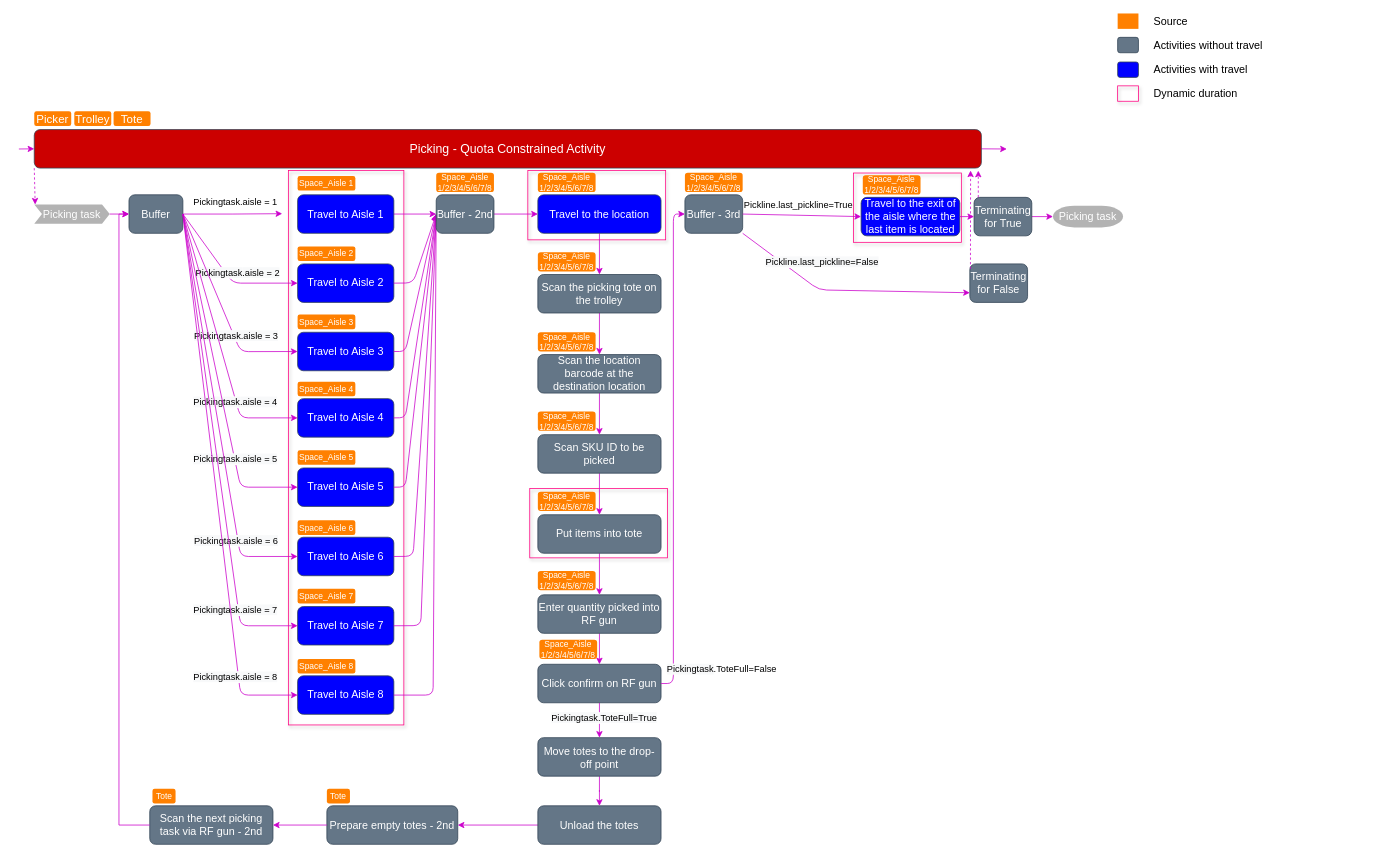
Earlier version of the draw.io diagram page "第 1 页" (1 of 2) of picking.drawio (xfl11/xfliu). Source tidied: cells renumbered, new cells numbered last; positions are measured from the earlier drawing's top-left corner, leaving out a move shared by most shapes. Both pictures are drawn from the tidied source at 77%, with x=0, y=0 at pixel (18, 13).
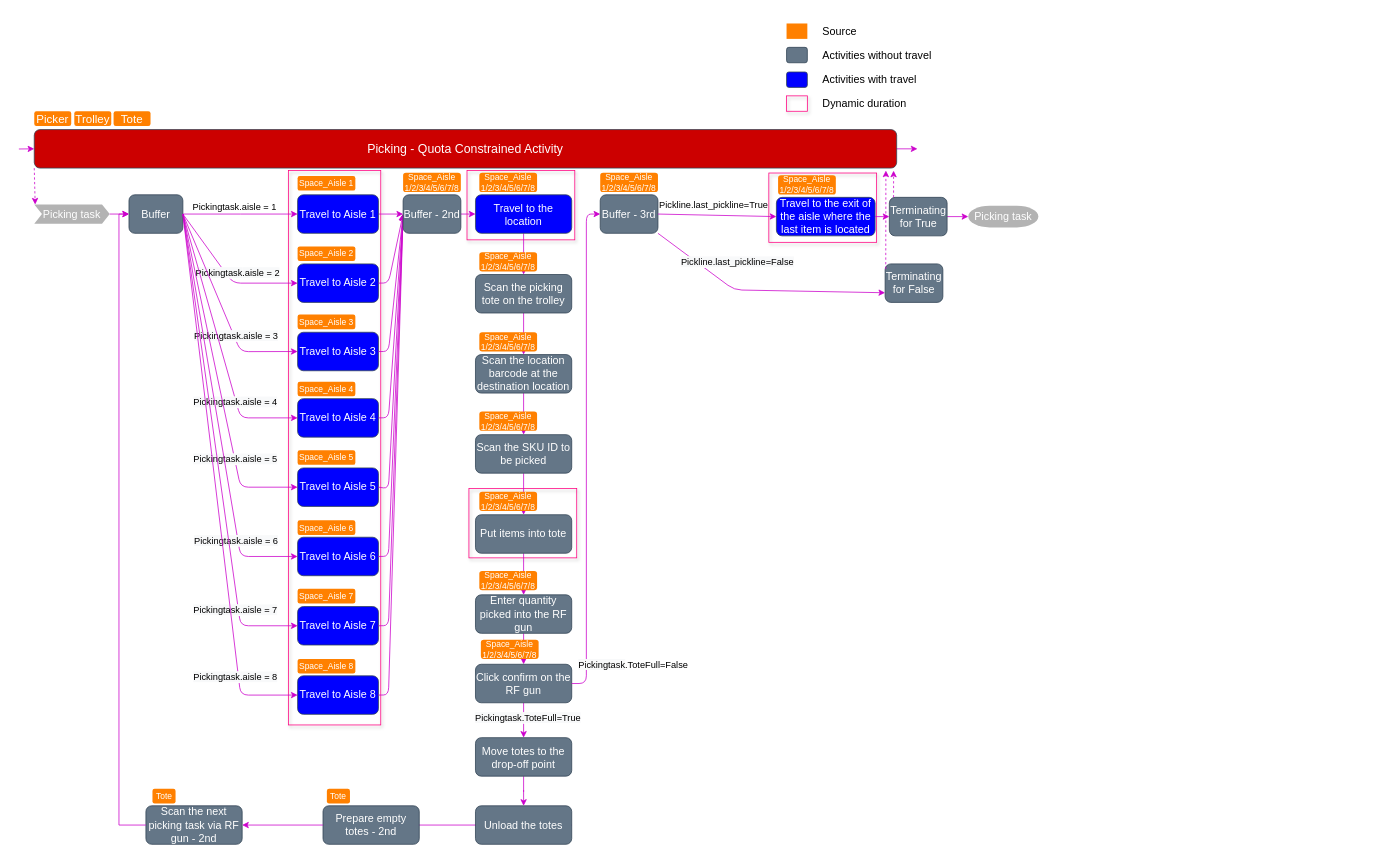
The same page after the edit.

Unchanged cells that the change refers to:
```xml
<mxCell id="23" value="Buffer" style="whiteSpace=wrap;html=1;rounded=1;shadow=0;dashed=0;fontColor=#ffffff;strokeColor=#314354;fillColor=#647687;fontSize=14;" parent="1" vertex="1">
  <mxGeometry x="143" y="235.5" width="70" height="50" as="geometry" />
</mxCell>
```

What changed in the source:
```diff
@@
+    <mxCell id="4" style="rounded=0;whiteSpace=wrap;html=1;fillColor=none;strokeColor=#FF0080;shadow=1;" parent="1" vertex="1">
+      <mxGeometry x="350" y="204" width="120" height="720" as="geometry" />
+    </mxCell>
     <mxCell id="2" style="rounded=0;whiteSpace=wrap;html=1;fillColor=none;strokeColor=#FF0080;shadow=1;" parent="1" vertex="1">
-      <mxGeometry x="1084" y="207.2" width="140" height="90" as="geometry" />
+      <mxGeometry x="974" y="207.2" width="140" height="90" as="geometry" />
     </mxCell>
     <mxCell id="3" style="rounded=0;whiteSpace=wrap;html=1;fillColor=none;strokeColor=#FF0080;shadow=1;" parent="1" vertex="1">
-      <mxGeometry x="661" y="204" width="179" height="90" as="geometry" />
+      <mxGeometry x="582" y="204" width="140" height="90" as="geometry" />
     </mxCell>
-    <mxCell id="4" style="rounded=0;whiteSpace=wrap;html=1;fillColor=none;strokeColor=#FF0080;shadow=1;" parent="1" vertex="1">
-      <mxGeometry x="350" y="204" width="150" height="720" as="geometry" />
-    </mxCell>
     <mxCell id="5" style="rounded=0;whiteSpace=wrap;html=1;fillColor=none;strokeColor=#FF0080;shadow=1;" parent="1" vertex="1">
-      <mxGeometry x="663.5" y="617" width="179" height="90" as="geometry" />
+      <mxGeometry x="584.5" y="617" width="140" height="90" as="geometry" />
     </mxCell>
@@
     <mxCell id="7" value="Put items into tote" style="whiteSpace=wrap;html=1;rounded=1;shadow=0;dashed=0;fontColor=#ffffff;strokeColor=#314354;fillColor=#647687;fontSize=14;" parent="1" vertex="1">
-      <mxGeometry x="674" y="651" width="160" height="50" as="geometry" />
+      <mxGeometry x="593" y="651" width="125" height="50" as="geometry" />
     </mxCell>
@@
-    <mxCell id="9" style="edgeStyle=none;rounded=1;jettySize=auto;html=1;exitX=1;exitY=0.5;exitDx=0;exitDy=0;strokeColor=#CC00CC;jumpSize=6;startSize=6;" parent="1" edge="1" source="10">
-      <mxGeometry relative="1" as="geometry">
-        <mxPoint x="1283" y="176" as="targetPoint" />
-      </mxGeometry>
-    </mxCell>
+    <mxCell id="119" style="edgeStyle=orthogonalEdgeStyle;rounded=0;orthogonalLoop=1;jettySize=auto;html=1;exitX=1;exitY=0.5;exitDx=0;exitDy=0;strokeColor=#CC00CC;" parent="1" edge="1">
+      <mxGeometry relative="1" as="geometry">
+        <mxPoint x="1137" y="175.8" as="sourcePoint" />
+        <mxPoint x="1167" y="176.3" as="targetPoint" />
+      </mxGeometry>
+    </mxCell>
     <mxCell id="10" value="Picking - Quota Constrained Activity" style="whiteSpace=wrap;html=1;rounded=1;fontColor=#ffffff;strokeColor=#314354;fillColor=#CC0000;fontSize=16;" parent="1" vertex="1">
-      <mxGeometry x="20" y="150.8" width="1230" height="50" as="geometry" />
+      <mxGeometry x="20" y="150.8" width="1120" height="50" as="geometry" />
     </mxCell>
@@
     <mxCell id="12" value="Travel to Aisle 1" style="whiteSpace=wrap;html=1;rounded=1;shadow=0;dashed=0;fillColor=#0000FF;strokeColor=#314354;fontColor=#ffffff;fontSize=14;" parent="1" vertex="1">
-      <mxGeometry x="362" y="235.5" width="125" height="50" as="geometry" />
+      <mxGeometry x="362" y="235.5" width="105" height="50" as="geometry" />
     </mxCell>
@@
     <mxCell id="14" value="Move totes to the drop-off point" style="whiteSpace=wrap;html=1;rounded=1;shadow=0;dashed=0;fontColor=#ffffff;strokeColor=#314354;fillColor=#647687;fontSize=14;" parent="1" vertex="1">
-      <mxGeometry x="674" y="940.5" width="160" height="50" as="geometry" />
+      <mxGeometry x="593" y="940.5" width="125" height="50" as="geometry" />
     </mxCell>
@@
     <mxCell id="20" value="Terminating for True" style="whiteSpace=wrap;html=1;rounded=1;shadow=0;dashed=0;fontColor=#ffffff;strokeColor=#314354;fillColor=#647687;fontSize=14;" parent="1" vertex="1">
-      <mxGeometry x="1240.5" y="238.8" width="75" height="50" as="geometry" />
+      <mxGeometry x="1130.5" y="238.8" width="75" height="50" as="geometry" />
     </mxCell>
     <mxCell id="21" style="edgeStyle=elbowEdgeStyle;rounded=0;orthogonalLoop=1;jettySize=auto;html=1;strokeColor=#CC00CC;fontColor=#ffffff;dashed=1;" parent="1" edge="1">
       <mxGeometry relative="1" as="geometry">
-        <mxPoint x="1246" y="238.8" as="sourcePoint" />
-        <mxPoint x="1246" y="204.2" as="targetPoint" />
+        <mxPoint x="1136" y="238.8" as="sourcePoint" />
+        <mxPoint x="1136" y="204.2" as="targetPoint" />
       </mxGeometry>
     </mxCell>
     <mxCell id="22" value="Picking task" style="strokeWidth=2;html=1;shape=mxgraph.flowchart.terminator;whiteSpace=wrap;fillColor=#B3B3B3;fontColor=#FFFFFF;strokeColor=none;fontSize=14;" parent="1" vertex="1">
-      <mxGeometry x="1343" y="249.8" width="91" height="28" as="geometry" />
+      <mxGeometry x="1233" y="249.8" width="91" height="28" as="geometry" />
     </mxCell>
@@
     <mxCell id="25" value="Travel to Aisle 2" style="whiteSpace=wrap;html=1;rounded=1;shadow=0;dashed=0;fillColor=#0000FF;strokeColor=#314354;fontColor=#ffffff;fontSize=14;" parent="1" vertex="1">
-      <mxGeometry x="362" y="325.2" width="125" height="50" as="geometry" />
+      <mxGeometry x="362" y="325.2" width="105" height="50" as="geometry" />
     </mxCell>
-    <mxCell id="26" style="edgeStyle=elbowEdgeStyle;rounded=0;jettySize=auto;html=1;strokeColor=#CC00CC;fontColor=#ffffff;exitX=1;exitY=0.5;exitDx=0;exitDy=0;" parent="1" edge="1" source="23">
-      <mxGeometry relative="1" as="geometry">
-        <mxPoint x="342" y="260" as="targetPoint" />
-      </mxGeometry>
+    <mxCell id="26" style="edgeStyle=elbowEdgeStyle;rounded=0;jettySize=auto;html=1;strokeColor=#CC00CC;fontColor=#ffffff;exitX=1;exitY=0.5;exitDx=0;exitDy=0;entryX=0;entryY=0.5;entryDx=0;entryDy=0;" parent="1" edge="1" source="23" target="12">
+      <mxGeometry relative="1" as="geometry" />
     </mxCell>
@@
     <mxCell id="30" value="Travel to Aisle 3" style="whiteSpace=wrap;html=1;rounded=1;shadow=0;dashed=0;fillColor=#0000FF;strokeColor=#314354;fontColor=#ffffff;fontSize=14;" parent="1" vertex="1">
-      <mxGeometry x="362" y="414" width="125" height="50" as="geometry" />
+      <mxGeometry x="362" y="414" width="105" height="50" as="geometry" />
     </mxCell>
@@
     <mxCell id="32" value="Travel to Aisle 4" style="whiteSpace=wrap;html=1;rounded=1;shadow=0;dashed=0;fillColor=#0000FF;strokeColor=#314354;fontColor=#ffffff;fontSize=14;" parent="1" vertex="1">
-      <mxGeometry x="362" y="500.2" width="125" height="50" as="geometry" />
+      <mxGeometry x="362" y="500.2" width="105" height="50" as="geometry" />
     </mxCell>
@@
     <mxCell id="34" value="Travel to Aisle 5" style="whiteSpace=wrap;html=1;rounded=1;shadow=0;dashed=0;fillColor=#0000FF;strokeColor=#314354;fontColor=#ffffff;fontSize=14;" parent="1" vertex="1">
-      <mxGeometry x="362" y="590.2" width="125" height="50" as="geometry" />
+      <mxGeometry x="362" y="590.2" width="105" height="50" as="geometry" />
     </mxCell>
@@
     <mxCell id="36" value="Travel to Aisle 6" style="whiteSpace=wrap;html=1;rounded=1;shadow=0;dashed=0;fillColor=#0000FF;strokeColor=#314354;fontColor=#ffffff;fontSize=14;" parent="1" vertex="1">
-      <mxGeometry x="362" y="680.2" width="125" height="50" as="geometry" />
+      <mxGeometry x="362" y="680.2" width="105" height="50" as="geometry" />
     </mxCell>
@@
     <mxCell id="38" value="Travel to Aisle 7" style="whiteSpace=wrap;html=1;rounded=1;shadow=0;dashed=0;fillColor=#0000FF;strokeColor=#314354;fontColor=#ffffff;fontSize=14;" parent="1" vertex="1">
-      <mxGeometry x="362" y="770.2" width="125" height="50" as="geometry" />
+      <mxGeometry x="362" y="770.2" width="105" height="50" as="geometry" />
     </mxCell>
@@
     <mxCell id="40" value="Travel to Aisle 8" style="whiteSpace=wrap;html=1;rounded=1;shadow=0;dashed=0;fillColor=#0000FF;strokeColor=#314354;fontColor=#ffffff;fontSize=14;" parent="1" vertex="1">
-      <mxGeometry x="362" y="860.2" width="125" height="50" as="geometry" />
+      <mxGeometry x="362" y="860.2" width="105" height="50" as="geometry" />
     </mxCell>
@@
     <mxCell id="56" value="Pickingtask.aisle = 1" style="text;whiteSpace=wrap;html=1;" parent="1" vertex="1">
-      <mxGeometry x="225" y="230.5" width="138.5" height="28" as="geometry" />
+      <mxGeometry x="223.5" y="238.2" width="138.5" height="28" as="geometry" />
     </mxCell>
     <mxCell id="57" style="endArrow=classic;html=1;strokeColor=#CC00CC;exitX=1;exitY=0.5;exitDx=0;exitDy=0;entryX=0;entryY=0.5;entryDx=0;entryDy=0;" parent="1" edge="1" source="25" target="65">
       <mxGeometry relative="1" as="geometry">
         <Array as="points">
-          <mxPoint x="512" y="350" />
+          <mxPoint x="480" y="350" />
         </Array>
       </mxGeometry>
     </mxCell>
     <mxCell id="58" style="endArrow=classic;html=1;strokeColor=#CC00CC;exitX=1;exitY=0.5;exitDx=0;exitDy=0;entryX=0;entryY=0.5;entryDx=0;entryDy=0;" parent="1" edge="1" source="30" target="65">
       <mxGeometry relative="1" as="geometry">
         <Array as="points">
-          <mxPoint x="502" y="439" />
+          <mxPoint x="480" y="439" />
         </Array>
       </mxGeometry>
     </mxCell>
     <mxCell id="59" style="endArrow=classic;html=1;strokeColor=#CC00CC;exitX=1;exitY=0.5;exitDx=0;exitDy=0;entryX=0;entryY=0.5;entryDx=0;entryDy=0;entryPerimeter=0;" parent="1" edge="1" source="32" target="65">
       <mxGeometry relative="1" as="geometry">
         <Array as="points">
-          <mxPoint x="502" y="525" />
+          <mxPoint x="480" y="525" />
         </Array>
       </mxGeometry>
     </mxCell>
     <mxCell id="60" style="endArrow=classic;html=1;strokeColor=#CC00CC;exitX=1;exitY=0.5;exitDx=0;exitDy=0;entryX=0;entryY=0.5;entryDx=0;entryDy=0;" parent="1" edge="1" source="34" target="65">
       <mxGeometry relative="1" as="geometry">
         <Array as="points">
-          <mxPoint x="502" y="615" />
+          <mxPoint x="480" y="617" />
         </Array>
       </mxGeometry>
     </mxCell>
     <mxCell id="61" style="endArrow=classic;html=1;strokeColor=#CC00CC;exitX=1;exitY=0.5;exitDx=0;exitDy=0;entryX=0;entryY=0.5;entryDx=0;entryDy=0;" parent="1" edge="1" source="36" target="65">
       <mxGeometry relative="1" as="geometry">
         <Array as="points">
-          <mxPoint x="512" y="705" />
+          <mxPoint x="480" y="705" />
         </Array>
       </mxGeometry>
     </mxCell>
     <mxCell id="62" style="endArrow=classic;html=1;strokeColor=#CC00CC;exitX=1;exitY=0.5;exitDx=0;exitDy=0;entryX=0;entryY=0.5;entryDx=0;entryDy=0;" parent="1" edge="1" source="38" target="65">
       <mxGeometry relative="1" as="geometry">
         <Array as="points">
-          <mxPoint x="522" y="795" />
+          <mxPoint x="480" y="795" />
         </Array>
       </mxGeometry>
     </mxCell>
     <mxCell id="63" style="endArrow=classic;html=1;strokeColor=#CC00CC;exitX=1;exitY=0.5;exitDx=0;exitDy=0;entryX=0;entryY=0.5;entryDx=0;entryDy=0;" parent="1" edge="1" source="40" target="65">
       <mxGeometry relative="1" as="geometry">
         <Array as="points">
-          <mxPoint x="538" y="885.2" />
+          <mxPoint x="480" y="885" />
         </Array>
       </mxGeometry>
     </mxCell>
@@
     <mxCell id="65" value="Buffer - 2nd" style="whiteSpace=wrap;html=1;rounded=1;shadow=0;dashed=0;fontColor=#ffffff;strokeColor=#314354;fillColor=#647687;fontSize=14;" parent="1" vertex="1">
-      <mxGeometry x="542" y="235.5" width="75" height="50" as="geometry" />
+      <mxGeometry x="499" y="235.5" width="75" height="50" as="geometry" />
     </mxCell>
@@
     <mxCell id="67" value="Scan the location barcode at the destination location" style="whiteSpace=wrap;html=1;rounded=1;shadow=0;dashed=0;fontColor=#ffffff;strokeColor=#314354;fillColor=#647687;fontSize=14;" parent="1" vertex="1">
-      <mxGeometry x="674" y="443" width="160" height="50" as="geometry" />
+      <mxGeometry x="593" y="443" width="125" height="50" as="geometry" />
     </mxCell>
@@
-    <mxCell id="69" value="Enter quantity picked into RF gun" style="whiteSpace=wrap;html=1;rounded=1;shadow=0;dashed=0;fontColor=#ffffff;strokeColor=#314354;fillColor=#647687;fontSize=14;" parent="1" vertex="1">
-      <mxGeometry x="674" y="755" width="160" height="50" as="geometry" />
+    <mxCell id="69" value="Enter quantity picked into the RF gun" style="whiteSpace=wrap;html=1;rounded=1;shadow=0;dashed=0;fontColor=#ffffff;strokeColor=#314354;fillColor=#647687;fontSize=14;" parent="1" vertex="1">
+      <mxGeometry x="593" y="755" width="125" height="50" as="geometry" />
     </mxCell>
@@
-    <mxCell id="72" value="Click confirm on RF gun" style="whiteSpace=wrap;html=1;rounded=1;shadow=0;dashed=0;fontColor=#ffffff;strokeColor=#314354;fillColor=#647687;fontSize=14;" parent="1" vertex="1">
-      <mxGeometry x="674" y="845.2" width="160" height="50" as="geometry" />
+    <mxCell id="72" value="Click confirm on the RF gun" style="whiteSpace=wrap;html=1;rounded=1;shadow=0;dashed=0;fontColor=#ffffff;strokeColor=#314354;fillColor=#647687;fontSize=14;" parent="1" vertex="1">
+      <mxGeometry x="593" y="845.2" width="125" height="50" as="geometry" />
     </mxCell>
@@
-    <mxCell id="74" value="Scan SKU ID to be picked" style="whiteSpace=wrap;html=1;rounded=1;shadow=0;dashed=0;fontColor=#ffffff;strokeColor=#314354;fillColor=#647687;fontSize=14;" parent="1" vertex="1">
-      <mxGeometry x="674" y="547" width="160" height="50" as="geometry" />
+    <mxCell id="74" value="Scan the SKU ID to be picked" style="whiteSpace=wrap;html=1;rounded=1;shadow=0;dashed=0;fontColor=#ffffff;strokeColor=#314354;fillColor=#647687;fontSize=14;" parent="1" vertex="1">
+      <mxGeometry x="593" y="547" width="125" height="50" as="geometry" />
     </mxCell>
@@
     <mxCell id="76" value="Travel to the exit of the aisle where the last item is located" style="whiteSpace=wrap;html=1;rounded=1;shadow=0;dashed=0;fontColor=#ffffff;strokeColor=#314354;fillColor=#0000FF;fontSize=14;" parent="1" vertex="1">
-      <mxGeometry x="1093.8" y="238.8" width="128.2" height="50" as="geometry" />
+      <mxGeometry x="983.8" y="238.8" width="128.2" height="50" as="geometry" />
     </mxCell>
@@
     <mxCell id="78" value="Scan the next picking task via RF gun - 2nd" style="rounded=1;whiteSpace=wrap;html=1;fillColor=#647687;fontColor=#ffffff;strokeColor=#314354;fontSize=14;" parent="1" vertex="1">
-      <mxGeometry x="170" y="1029" width="160" height="50" as="geometry" />
+      <mxGeometry x="165" y="1029" width="125" height="50" as="geometry" />
     </mxCell>
-    <mxCell id="79" style="endArrow=classic;html=1;exitX=1;exitY=0.5;exitDx=0;exitDy=0;entryX=1;entryY=0.5;entryDx=0;entryDy=0;strokeColor=#CC00CC;" parent="1" edge="1" source="94" target="80">
-      <mxGeometry relative="1" as="geometry" />
+    <mxCell id="79" style="endArrow=classic;html=1;exitX=1;exitY=0.5;exitDx=0;exitDy=0;entryX=1;entryY=0.5;entryDx=0;entryDy=0;strokeColor=#CC00CC;" parent="1" edge="1" source="94">
+      <mxGeometry relative="1" as="geometry">
+        <mxPoint x="496" y="1054" as="targetPoint" />
+      </mxGeometry>
     </mxCell>
     <mxCell id="80" value="Prepare empty totes - 2nd" style="rounded=1;whiteSpace=wrap;html=1;fillColor=#647687;fontColor=#ffffff;strokeColor=#314354;fontSize=14;" parent="1" vertex="1">
-      <mxGeometry x="400" y="1029" width="170" height="50" as="geometry" />
+      <mxGeometry x="395" y="1029" width="125" height="50" as="geometry" />
     </mxCell>
@@
     <mxCell id="85" value="Buffer - 3rd" style="whiteSpace=wrap;html=1;rounded=1;shadow=0;dashed=0;fontColor=#ffffff;strokeColor=#314354;fillColor=#647687;fontSize=14;" parent="1" vertex="1">
-      <mxGeometry x="865" y="235.5" width="75" height="50" as="geometry" />
+      <mxGeometry x="755" y="235.5" width="75" height="50" as="geometry" />
     </mxCell>
@@
     <mxCell id="87" value="Pickline.last_pickline=True" style="text;whiteSpace=wrap;html=1;" parent="1" vertex="1">
-      <mxGeometry x="940" y="235.2" width="160" height="28" as="geometry" />
+      <mxGeometry x="830" y="235.2" width="160" height="28" as="geometry" />
     </mxCell>
     <mxCell id="88" style="endArrow=classic;html=1;strokeColor=#CC00CC;exitX=1;exitY=1;exitDx=0;exitDy=0;entryX=0;entryY=0.75;entryDx=0;entryDy=0;" parent="1" edge="1" source="85" target="90">
       <mxGeometry relative="1" as="geometry">
         <Array as="points">
-          <mxPoint x="1039" y="359" />
+          <mxPoint x="929" y="359" />
         </Array>
       </mxGeometry>
     </mxCell>
@@
     <mxCell id="90" value="Terminating for False" style="whiteSpace=wrap;html=1;rounded=1;shadow=0;dashed=0;fontColor=#ffffff;strokeColor=#314354;fillColor=#647687;fontSize=14;" parent="1" vertex="1">
-      <mxGeometry x="1235" y="325.2" width="75" height="50" as="geometry" />
+      <mxGeometry x="1125" y="325.2" width="75" height="50" as="geometry" />
     </mxCell>
     <mxCell id="91" style="edgeStyle=elbowEdgeStyle;rounded=0;jettySize=auto;html=1;strokeColor=#CC00CC;fontColor=#ffffff;dashed=1;exitX=0.011;exitY=0.132;exitDx=0;exitDy=0;exitPerimeter=0;" parent="1" edge="1" source="90">
       <mxGeometry relative="1" as="geometry">
-        <mxPoint x="1236" y="204" as="targetPoint" />
+        <mxPoint x="1126" y="204" as="targetPoint" />
       </mxGeometry>
     </mxCell>
@@
     <mxCell id="93" value="Scan the picking tote on the trolley" style="whiteSpace=wrap;html=1;rounded=1;shadow=0;dashed=0;fontColor=#ffffff;strokeColor=#314354;fillColor=#647687;fontSize=14;" parent="1" vertex="1">
-      <mxGeometry x="674" y="339" width="160" height="50" as="geometry" />
+      <mxGeometry x="593" y="339" width="125" height="50" as="geometry" />
     </mxCell>
     <mxCell id="94" value="Unload the totes" style="rounded=1;whiteSpace=wrap;html=1;fontColor=#ffffff;strokeColor=#314354;fillColor=#647687;fontSize=14;" parent="1" vertex="1">
-      <mxGeometry x="674" y="1029" width="160" height="50" as="geometry" />
+      <mxGeometry x="593" y="1029" width="125" height="50" as="geometry" />
     </mxCell>
@@
     <mxCell id="96" value="Travel to the location" style="whiteSpace=wrap;html=1;rounded=1;shadow=0;dashed=0;fillColor=#0000FF;strokeColor=#314354;fontColor=#ffffff;fontSize=14;" parent="1" vertex="1">
-      <mxGeometry x="674" y="235.5" width="160" height="50" as="geometry" />
+      <mxGeometry x="593" y="235.5" width="125" height="50" as="geometry" />
     </mxCell>
     <mxCell id="97" value="Space_Aisle 1/2/3/4/5/6/7/8" style="rounded=1;whiteSpace=wrap;html=1;labelBackgroundColor=none;fontSize=11;fillColor=#FF8000;fontColor=#FFFFFF;strokeColor=none;verticalAlign=middle;spacing=0;" parent="1" vertex="1">
-      <mxGeometry x="542" y="207" width="75" height="25" as="geometry" />
+      <mxGeometry x="499" y="207" width="75" height="25" as="geometry" />
     </mxCell>
     <mxCell id="98" value="Space_Aisle 1/2/3/4/5/6/7/8" style="rounded=1;whiteSpace=wrap;html=1;labelBackgroundColor=none;fontSize=11;fillColor=#FF8000;fontColor=#FFFFFF;strokeColor=none;verticalAlign=middle;spacing=0;" parent="1" vertex="1">
-      <mxGeometry x="674" y="207" width="75" height="25" as="geometry" />
+      <mxGeometry x="598" y="207" width="75" height="25" as="geometry" />
     </mxCell>
     <mxCell id="99" value="Space_Aisle 1/2/3/4/5/6/7/8" style="rounded=1;whiteSpace=wrap;html=1;labelBackgroundColor=none;fontSize=11;fillColor=#FF8000;fontColor=#FFFFFF;strokeColor=none;verticalAlign=middle;spacing=0;" parent="1" vertex="1">
-      <mxGeometry x="674" y="310" width="75" height="25" as="geometry" />
+      <mxGeometry x="598" y="310" width="75" height="25" as="geometry" />
     </mxCell>
     <mxCell id="100" value="Space_Aisle 1/2/3/4/5/6/7/8" style="rounded=1;whiteSpace=wrap;html=1;labelBackgroundColor=none;fontSize=11;fillColor=#FF8000;fontColor=#FFFFFF;strokeColor=none;verticalAlign=middle;spacing=0;" parent="1" vertex="1">
-      <mxGeometry x="674" y="414" width="75" height="25" as="geometry" />
+      <mxGeometry x="598" y="414" width="75" height="25" as="geometry" />
     </mxCell>
     <mxCell id="101" value="Space_Aisle 1/2/3/4/5/6/7/8" style="rounded=1;whiteSpace=wrap;html=1;labelBackgroundColor=none;fontSize=11;fillColor=#FF8000;fontColor=#FFFFFF;strokeColor=none;verticalAlign=middle;spacing=0;" parent="1" vertex="1">
-      <mxGeometry x="674" y="517" width="75" height="25" as="geometry" />
+      <mxGeometry x="598" y="517" width="75" height="25" as="geometry" />
     </mxCell>
     <mxCell id="102" value="Space_Aisle 1/2/3/4/5/6/7/8" style="rounded=1;whiteSpace=wrap;html=1;labelBackgroundColor=none;fontSize=11;fillColor=#FF8000;fontColor=#FFFFFF;strokeColor=none;verticalAlign=middle;spacing=0;" parent="1" vertex="1">
-      <mxGeometry x="674" y="621" width="75" height="25" as="geometry" />
+      <mxGeometry x="598" y="621" width="75" height="25" as="geometry" />
     </mxCell>
     <mxCell id="103" value="Space_Aisle 1/2/3/4/5/6/7/8" style="rounded=1;whiteSpace=wrap;html=1;labelBackgroundColor=none;fontSize=11;fillColor=#FF8000;fontColor=#FFFFFF;strokeColor=none;verticalAlign=middle;spacing=0;" parent="1" vertex="1">
-      <mxGeometry x="676" y="813.2" width="75" height="25" as="geometry" />
+      <mxGeometry x="600" y="813.2" width="75" height="25" as="geometry" />
     </mxCell>
     <mxCell id="104" value="Space_Aisle 1/2/3/4/5/6/7/8" style="rounded=1;whiteSpace=wrap;html=1;labelBackgroundColor=none;fontSize=11;fillColor=#FF8000;fontColor=#FFFFFF;strokeColor=none;verticalAlign=middle;spacing=0;" parent="1" vertex="1">
-      <mxGeometry x="674" y="724" width="75" height="25" as="geometry" />
+      <mxGeometry x="598" y="724" width="75" height="25" as="geometry" />
     </mxCell>
     <mxCell id="105" value="Space_Aisle 1/2/3/4/5/6/7/8" style="rounded=1;whiteSpace=wrap;html=1;labelBackgroundColor=none;fontSize=11;fillColor=#FF8000;fontColor=#FFFFFF;strokeColor=none;verticalAlign=middle;spacing=0;" parent="1" vertex="1">
-      <mxGeometry x="865" y="207" width="75" height="25" as="geometry" />
+      <mxGeometry x="755" y="207" width="75" height="25" as="geometry" />
     </mxCell>
     <mxCell id="106" value="Space_Aisle 1/2/3/4/5/6/7/8" style="rounded=1;whiteSpace=wrap;html=1;labelBackgroundColor=none;fontSize=11;fillColor=#FF8000;fontColor=#FFFFFF;strokeColor=none;verticalAlign=middle;spacing=0;" parent="1" vertex="1">
-      <mxGeometry x="1096" y="210.2" width="75" height="25" as="geometry" />
+      <mxGeometry x="986" y="210.2" width="75" height="25" as="geometry" />
     </mxCell>
     <mxCell id="107" style="group;" parent="1" vertex="1">
-      <mxGeometry x="1427" width="346" height="114" as="geometry" />
+      <mxGeometry x="997" y="13" width="346" height="114" as="geometry" />
     </mxCell>
@@
     <mxCell id="118" value="&lt;span style=&quot;text-wrap: nowrap; background-color: rgb(248, 249, 250);&quot;&gt;Pickingtask&lt;/span&gt;.ToteFull=False" style="text;whiteSpace=wrap;html=1;labelBackgroundColor=default;" parent="1" vertex="1">
-      <mxGeometry x="840" y="838.2" width="146" height="28" as="geometry" />
+      <mxGeometry x="724.5" y="832.2" width="146" height="28" as="geometry" />
     </mxCell>
```
